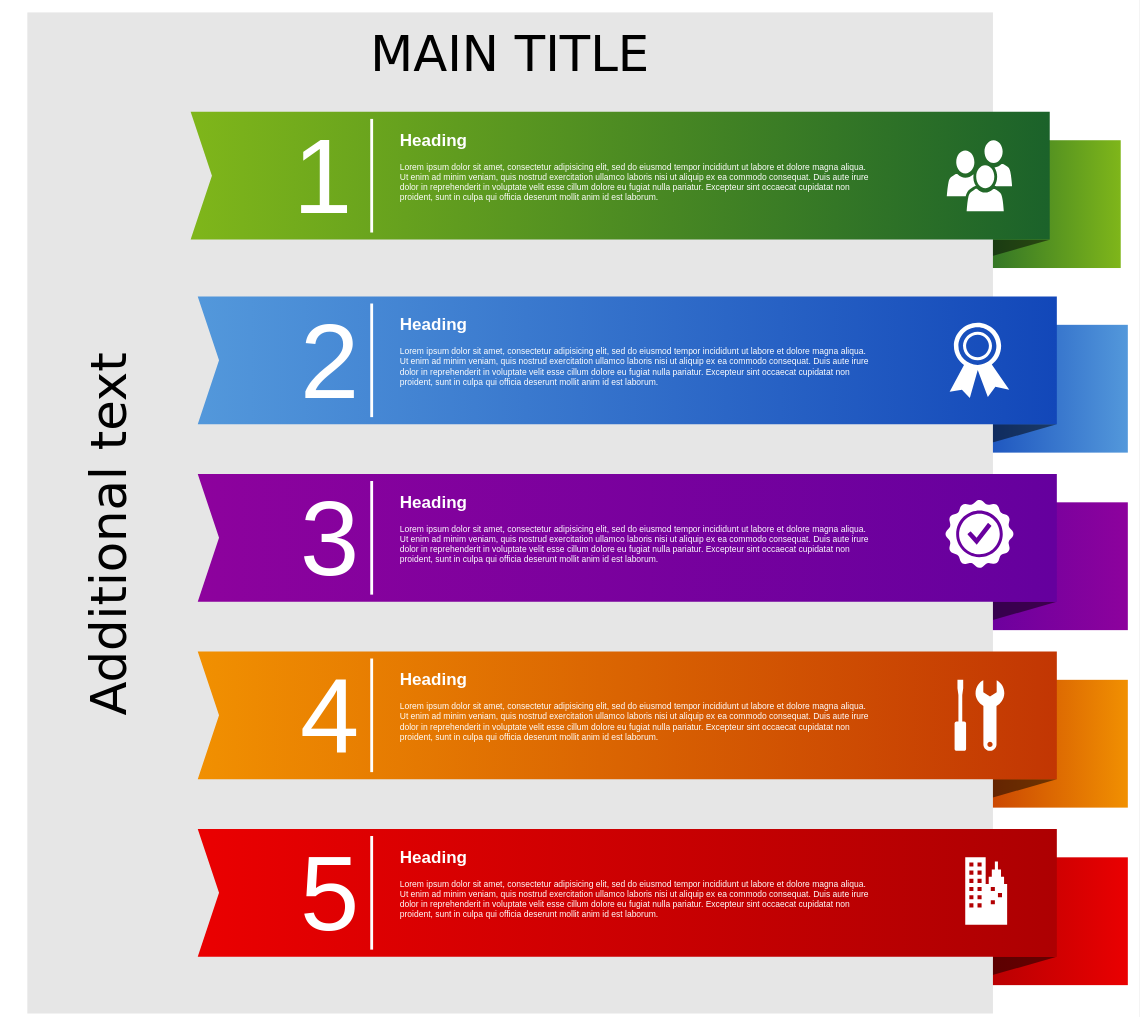
This is Untitled Diagram.drawio from zcf1810/OTrP, a draw.io file, before an edit. Source tidied: cells renumbered, new cells numbered last; positions are measured from the earlier drawing's top-left corner, leaving out a move shared by most shapes. Both pictures are drawn from the tidied source at 71%, with x=0, y=0 at pixel (27, 12).
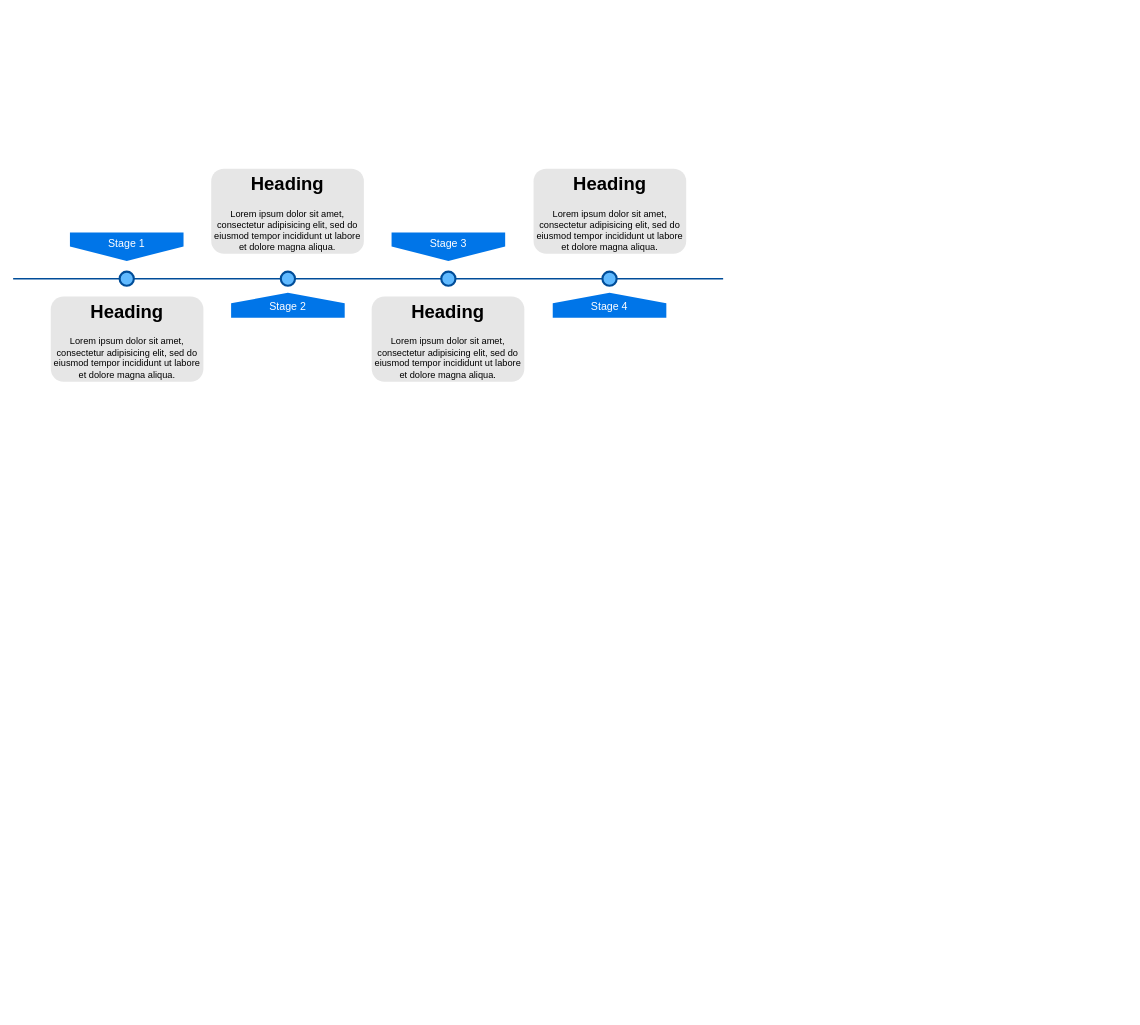
Above is the later version.

Change to the diagram source:
```diff
@@
-    <mxCell id="2" style="whiteSpace=wrap;html=1;rounded=0;shadow=0;dashed=0;strokeWidth=1;fontFamily=Tahoma;fontSize=10;fontColor=#FFFFFF;strokeColor=none;fillColor=#7FB61A;gradientColor=#1B622A;gradientDirection=west;" parent="1" vertex="1">
-      <mxGeometry x="1300" y="180" width="240" height="180" as="geometry" />
-    </mxCell>
-    <mxCell id="3" style="verticalLabelPosition=bottom;verticalAlign=top;html=1;strokeWidth=1;shape=mxgraph.basic.orthogonal_triangle;rounded=0;shadow=0;dashed=0;fontFamily=Tahoma;fontSize=10;fontColor=#FFFFFF;flipV=1;fillColor=#000000;strokeColor=none;opacity=50;" parent="1" vertex="1">
-      <mxGeometry x="1300" y="320" width="140" height="40" as="geometry" />
-    </mxCell>
-    <mxCell id="4" style="whiteSpace=wrap;html=1;rounded=0;shadow=0;dashed=0;strokeWidth=1;fontFamily=Tahoma;fontSize=10;fontColor=#FFFFFF;strokeColor=none;fillColor=#5398DB;gradientColor=#1247B9;gradientDirection=west;" parent="1" vertex="1">
-      <mxGeometry x="1310" y="440" width="240" height="180" as="geometry" />
-    </mxCell>
-    <mxCell id="5" style="verticalLabelPosition=bottom;verticalAlign=top;html=1;strokeWidth=1;shape=mxgraph.basic.orthogonal_triangle;rounded=0;shadow=0;dashed=0;fontFamily=Tahoma;fontSize=10;fontColor=#FFFFFF;flipV=1;fillColor=#000000;strokeColor=none;opacity=50;" parent="1" vertex="1">
-      <mxGeometry x="1310" y="580" width="140" height="40" as="geometry" />
-    </mxCell>
-    <mxCell id="6" style="whiteSpace=wrap;html=1;rounded=0;shadow=0;dashed=0;strokeWidth=1;fontFamily=Tahoma;fontSize=10;fontColor=#FFFFFF;strokeColor=none;fillColor=#8D029D;gradientColor=#65009E;gradientDirection=west;" parent="1" vertex="1">
-      <mxGeometry x="1310" y="690" width="240" height="180" as="geometry" />
-    </mxCell>
-    <mxCell id="7" style="verticalLabelPosition=bottom;verticalAlign=top;html=1;strokeWidth=1;shape=mxgraph.basic.orthogonal_triangle;rounded=0;shadow=0;dashed=0;fontFamily=Tahoma;fontSize=10;fontColor=#FFFFFF;flipV=1;fillColor=#000000;strokeColor=none;opacity=50;" parent="1" vertex="1">
-      <mxGeometry x="1310" y="830" width="140" height="40" as="geometry" />
-    </mxCell>
-    <mxCell id="8" style="whiteSpace=wrap;html=1;rounded=0;shadow=0;dashed=0;strokeWidth=1;fontFamily=Tahoma;fontSize=10;fontColor=#FFFFFF;strokeColor=none;fillColor=#F19001;gradientColor=#C23603;gradientDirection=west;" parent="1" vertex="1">
-      <mxGeometry x="1310" y="940" width="240" height="180" as="geometry" />
-    </mxCell>
-    <mxCell id="9" style="verticalLabelPosition=bottom;verticalAlign=top;html=1;strokeWidth=1;shape=mxgraph.basic.orthogonal_triangle;rounded=0;shadow=0;dashed=0;fontFamily=Tahoma;fontSize=10;fontColor=#FFFFFF;flipV=1;fillColor=#000000;strokeColor=none;opacity=50;" parent="1" vertex="1">
-      <mxGeometry x="1310" y="1080" width="140" height="40" as="geometry" />
-    </mxCell>
-    <mxCell id="10" style="whiteSpace=wrap;html=1;rounded=0;shadow=0;dashed=0;strokeWidth=1;fontFamily=Tahoma;fontSize=10;fontColor=#FFFFFF;strokeColor=none;fillColor=#EA0001;gradientColor=#AD0002;gradientDirection=west;" parent="1" vertex="1">
-      <mxGeometry x="1310" y="1190" width="240" height="180" as="geometry" />
-    </mxCell>
-    <mxCell id="11" style="verticalLabelPosition=bottom;verticalAlign=top;html=1;strokeWidth=1;shape=mxgraph.basic.orthogonal_triangle;rounded=0;shadow=0;dashed=0;fontFamily=Tahoma;fontSize=10;fontColor=#FFFFFF;flipV=1;fillColor=#000000;strokeColor=none;opacity=50;" parent="1" vertex="1">
-      <mxGeometry x="1310" y="1330" width="140" height="40" as="geometry" />
-    </mxCell>
-    <mxCell id="12" value="MAIN TITLE" style="whiteSpace=wrap;html=1;rounded=0;shadow=0;dashed=0;strokeWidth=1;fillColor=#E6E6E6;fontFamily=Verdana;fontSize=70;strokeColor=none;verticalAlign=top;spacingTop=10;" parent="1" vertex="1">
-      <mxGeometry width="1360" height="1410" as="geometry" />
-    </mxCell>
-    <mxCell id="13" style="html=1;shadow=0;dashed=0;align=center;verticalAlign=middle;shape=mxgraph.arrows2.arrow;dy=0;dx=0;notch=30;rounded=0;strokeColor=none;strokeWidth=1;fillColor=#7FB61A;fontFamily=Tahoma;fontSize=10;fontColor=#FFFFFF;gradientColor=#1B622A;gradientDirection=east;" parent="1" vertex="1">
-      <mxGeometry x="230" y="140" width="1210" height="180" as="geometry" />
-    </mxCell>
-    <mxCell id="14" style="html=1;shadow=0;dashed=0;align=center;verticalAlign=middle;shape=mxgraph.arrows2.arrow;dy=0;dx=0;notch=30;rounded=0;strokeColor=none;strokeWidth=1;fillColor=#5398DB;fontFamily=Tahoma;fontSize=10;fontColor=#FFFFFF;gradientColor=#1247B9;gradientDirection=east;" parent="1" vertex="1">
-      <mxGeometry x="240" y="400" width="1210" height="180" as="geometry" />
-    </mxCell>
-    <mxCell id="15" style="html=1;shadow=0;dashed=0;align=center;verticalAlign=middle;shape=mxgraph.arrows2.arrow;dy=0;dx=0;notch=30;rounded=0;strokeColor=none;strokeWidth=1;fillColor=#8D029D;fontFamily=Tahoma;fontSize=10;fontColor=#FFFFFF;gradientColor=#65009E;gradientDirection=east;" parent="1" vertex="1">
-      <mxGeometry x="240" y="650" width="1210" height="180" as="geometry" />
-    </mxCell>
-    <mxCell id="16" style="html=1;shadow=0;dashed=0;align=center;verticalAlign=middle;shape=mxgraph.arrows2.arrow;dy=0;dx=0;notch=30;rounded=0;strokeColor=none;strokeWidth=1;fillColor=#F19001;fontFamily=Tahoma;fontSize=10;fontColor=#FFFFFF;gradientColor=#C23603;gradientDirection=east;" parent="1" vertex="1">
-      <mxGeometry x="240" y="900" width="1210" height="180" as="geometry" />
-    </mxCell>
-    <mxCell id="17" style="html=1;shadow=0;dashed=0;align=center;verticalAlign=middle;shape=mxgraph.arrows2.arrow;dy=0;dx=0;notch=30;rounded=0;strokeColor=none;strokeWidth=1;fillColor=#EA0001;fontFamily=Tahoma;fontSize=10;fontColor=#FFFFFF;gradientColor=#AD0002;gradientDirection=east;" parent="1" vertex="1">
-      <mxGeometry x="240" y="1150" width="1210" height="180" as="geometry" />
-    </mxCell>
-    <mxCell id="18" value="Additional text" style="text;html=1;strokeColor=none;fillColor=none;align=center;verticalAlign=middle;whiteSpace=wrap;rounded=0;shadow=0;dashed=0;fontFamily=Verdana;fontSize=70;horizontal=0;" parent="1" vertex="1">
-      <mxGeometry x="50" y="140" width="130" height="1190" as="geometry" />
-    </mxCell>
-    <mxCell id="19" value="1" style="text;html=1;strokeColor=none;fillColor=none;align=right;verticalAlign=middle;whiteSpace=wrap;rounded=0;shadow=0;dashed=0;fontFamily=Helvetica;fontSize=150;fontColor=#FFFFFF;" parent="1" vertex="1">
-      <mxGeometry x="260" y="140" width="200" height="180" as="geometry" />
-    </mxCell>
-    <mxCell id="20" value="2" style="text;html=1;strokeColor=none;fillColor=none;align=right;verticalAlign=middle;whiteSpace=wrap;rounded=0;shadow=0;dashed=0;fontFamily=Helvetica;fontSize=150;fontColor=#FFFFFF;" parent="1" vertex="1">
-      <mxGeometry x="270" y="400" width="200" height="180" as="geometry" />
-    </mxCell>
-    <mxCell id="21" value="3" style="text;html=1;strokeColor=none;fillColor=none;align=right;verticalAlign=middle;whiteSpace=wrap;rounded=0;shadow=0;dashed=0;fontFamily=Helvetica;fontSize=150;fontColor=#FFFFFF;" parent="1" vertex="1">
-      <mxGeometry x="270" y="650" width="200" height="180" as="geometry" />
-    </mxCell>
-    <mxCell id="22" value="4" style="text;html=1;strokeColor=none;fillColor=none;align=right;verticalAlign=middle;whiteSpace=wrap;rounded=0;shadow=0;dashed=0;fontFamily=Helvetica;fontSize=150;fontColor=#FFFFFF;" parent="1" vertex="1">
-      <mxGeometry x="270" y="900" width="200" height="180" as="geometry" />
-    </mxCell>
-    <mxCell id="23" value="5" style="text;html=1;strokeColor=none;fillColor=none;align=right;verticalAlign=middle;whiteSpace=wrap;rounded=0;shadow=0;dashed=0;fontFamily=Helvetica;fontSize=150;fontColor=#FFFFFF;" parent="1" vertex="1">
-      <mxGeometry x="270" y="1150" width="200" height="180" as="geometry" />
-    </mxCell>
-    <mxCell id="24" style="line;strokeWidth=4;direction=south;html=1;rounded=0;shadow=0;dashed=0;fillColor=none;gradientColor=#AD0002;fontFamily=Helvetica;fontSize=150;fontColor=#FFFFFF;align=right;strokeColor=#FFFFFF;" parent="1" vertex="1">
-      <mxGeometry x="480" y="150" width="10" height="160" as="geometry" />
-    </mxCell>
-    <mxCell id="25" style="line;strokeWidth=4;direction=south;html=1;rounded=0;shadow=0;dashed=0;fillColor=none;gradientColor=#AD0002;fontFamily=Helvetica;fontSize=150;fontColor=#FFFFFF;align=right;strokeColor=#FFFFFF;" parent="1" vertex="1">
-      <mxGeometry x="480" y="410" width="10" height="160" as="geometry" />
-    </mxCell>
-    <mxCell id="26" style="line;strokeWidth=4;direction=south;html=1;rounded=0;shadow=0;dashed=0;fillColor=none;gradientColor=#AD0002;fontFamily=Helvetica;fontSize=150;fontColor=#FFFFFF;align=right;strokeColor=#FFFFFF;" parent="1" vertex="1">
-      <mxGeometry x="480" y="660" width="10" height="160" as="geometry" />
-    </mxCell>
-    <mxCell id="27" style="line;strokeWidth=4;direction=south;html=1;rounded=0;shadow=0;dashed=0;fillColor=none;gradientColor=#AD0002;fontFamily=Helvetica;fontSize=150;fontColor=#FFFFFF;align=right;strokeColor=#FFFFFF;" parent="1" vertex="1">
-      <mxGeometry x="480" y="910" width="10" height="160" as="geometry" />
-    </mxCell>
-    <mxCell id="28" style="line;strokeWidth=4;direction=south;html=1;rounded=0;shadow=0;dashed=0;fillColor=none;gradientColor=#AD0002;fontFamily=Helvetica;fontSize=150;fontColor=#FFFFFF;align=right;strokeColor=#FFFFFF;" parent="1" vertex="1">
-      <mxGeometry x="480" y="1160" width="10" height="160" as="geometry" />
-    </mxCell>
-    <mxCell id="29" value="&lt;h1&gt;Heading&lt;/h1&gt;&lt;p&gt;L&lt;span&gt;orem ipsum dolor sit amet, consectetur adipisicing elit, sed do eiusmod tempor incididunt ut labore et dolore magna aliqua. Ut enim ad minim veniam, quis nostrud exercitation ullamco laboris nisi ut aliquip ex ea commodo consequat. Duis aute irure dolor in reprehenderit in voluptate velit esse cillum dolore eu fugiat nulla pariatur. Excepteur sint occaecat cupidatat non proident, sunt in culpa qui officia deserunt mollit anim id est laborum.&lt;/span&gt;&lt;/p&gt;" style="text;html=1;strokeColor=none;fillColor=none;spacing=5;spacingTop=-20;whiteSpace=wrap;overflow=hidden;rounded=0;shadow=0;dashed=0;fontFamily=Helvetica;fontSize=12;fontColor=#FFFFFF;align=left;" parent="1" vertex="1">
-      <mxGeometry x="520" y="160" width="670" height="140" as="geometry" />
-    </mxCell>
-    <mxCell id="30" value="&lt;h1&gt;Heading&lt;/h1&gt;&lt;p&gt;L&lt;span&gt;orem ipsum dolor sit amet, consectetur adipisicing elit, sed do eiusmod tempor incididunt ut labore et dolore magna aliqua. Ut enim ad minim veniam, quis nostrud exercitation ullamco laboris nisi ut aliquip ex ea commodo consequat. Duis aute irure dolor in reprehenderit in voluptate velit esse cillum dolore eu fugiat nulla pariatur. Excepteur sint occaecat cupidatat non proident, sunt in culpa qui officia deserunt mollit anim id est laborum.&lt;/span&gt;&lt;/p&gt;" style="text;html=1;strokeColor=none;fillColor=none;spacing=5;spacingTop=-20;whiteSpace=wrap;overflow=hidden;rounded=0;shadow=0;dashed=0;fontFamily=Helvetica;fontSize=12;fontColor=#FFFFFF;align=left;" parent="1" vertex="1">
-      <mxGeometry x="520" y="420" width="670" height="140" as="geometry" />
-    </mxCell>
-    <mxCell id="31" value="&lt;h1&gt;Heading&lt;/h1&gt;&lt;p&gt;L&lt;span&gt;orem ipsum dolor sit amet, consectetur adipisicing elit, sed do eiusmod tempor incididunt ut labore et dolore magna aliqua. Ut enim ad minim veniam, quis nostrud exercitation ullamco laboris nisi ut aliquip ex ea commodo consequat. Duis aute irure dolor in reprehenderit in voluptate velit esse cillum dolore eu fugiat nulla pariatur. Excepteur sint occaecat cupidatat non proident, sunt in culpa qui officia deserunt mollit anim id est laborum.&lt;/span&gt;&lt;/p&gt;" style="text;html=1;strokeColor=none;fillColor=none;spacing=5;spacingTop=-20;whiteSpace=wrap;overflow=hidden;rounded=0;shadow=0;dashed=0;fontFamily=Helvetica;fontSize=12;fontColor=#FFFFFF;align=left;" parent="1" vertex="1">
-      <mxGeometry x="520" y="670" width="670" height="140" as="geometry" />
-    </mxCell>
-    <mxCell id="32" value="&lt;h1&gt;Heading&lt;/h1&gt;&lt;p&gt;L&lt;span&gt;orem ipsum dolor sit amet, consectetur adipisicing elit, sed do eiusmod tempor incididunt ut labore et dolore magna aliqua. Ut enim ad minim veniam, quis nostrud exercitation ullamco laboris nisi ut aliquip ex ea commodo consequat. Duis aute irure dolor in reprehenderit in voluptate velit esse cillum dolore eu fugiat nulla pariatur. Excepteur sint occaecat cupidatat non proident, sunt in culpa qui officia deserunt mollit anim id est laborum.&lt;/span&gt;&lt;/p&gt;" style="text;html=1;strokeColor=none;fillColor=none;spacing=5;spacingTop=-20;whiteSpace=wrap;overflow=hidden;rounded=0;shadow=0;dashed=0;fontFamily=Helvetica;fontSize=12;fontColor=#FFFFFF;align=left;" parent="1" vertex="1">
-      <mxGeometry x="520" y="920" width="670" height="140" as="geometry" />
-    </mxCell>
-    <mxCell id="33" value="&lt;h1&gt;Heading&lt;/h1&gt;&lt;p&gt;L&lt;span&gt;orem ipsum dolor sit amet, consectetur adipisicing elit, sed do eiusmod tempor incididunt ut labore et dolore magna aliqua. Ut enim ad minim veniam, quis nostrud exercitation ullamco laboris nisi ut aliquip ex ea commodo consequat. Duis aute irure dolor in reprehenderit in voluptate velit esse cillum dolore eu fugiat nulla pariatur. Excepteur sint occaecat cupidatat non proident, sunt in culpa qui officia deserunt mollit anim id est laborum.&lt;/span&gt;&lt;/p&gt;" style="text;html=1;strokeColor=none;fillColor=none;spacing=5;spacingTop=-20;whiteSpace=wrap;overflow=hidden;rounded=0;shadow=0;dashed=0;fontFamily=Helvetica;fontSize=12;fontColor=#FFFFFF;align=left;" parent="1" vertex="1">
-      <mxGeometry x="520" y="1170" width="670" height="140" as="geometry" />
-    </mxCell>
-    <mxCell id="34" style="shadow=0;dashed=0;html=1;strokeColor=none;fillColor=#FFFFFF;labelPosition=center;verticalLabelPosition=bottom;verticalAlign=top;shape=mxgraph.office.users.users;rounded=0;fontFamily=Helvetica;fontSize=12;fontColor=#FFFFFF;align=left;" parent="1" vertex="1">
-      <mxGeometry x="1295" y="180" width="92" height="100" as="geometry" />
-    </mxCell>
-    <mxCell id="35" style="shadow=0;dashed=0;html=1;strokeColor=none;fillColor=#FFFFFF;labelPosition=center;verticalLabelPosition=bottom;verticalAlign=top;shape=mxgraph.office.security.token;rounded=0;fontFamily=Helvetica;fontSize=12;fontColor=#FFFFFF;align=left;" parent="1" vertex="1">
-      <mxGeometry x="1299" y="437" width="84" height="106" as="geometry" />
-    </mxCell>
-    <mxCell id="36" style="shadow=0;dashed=0;html=1;strokeColor=none;fillColor=#FFFFFF;labelPosition=center;verticalLabelPosition=bottom;verticalAlign=top;shape=mxgraph.office.concepts.best_practices;rounded=0;fontFamily=Helvetica;fontSize=12;fontColor=#FFFFFF;align=left;" parent="1" vertex="1">
-      <mxGeometry x="1292.5" y="686" width="97" height="97" as="geometry" />
-    </mxCell>
-    <mxCell id="37" style="shadow=0;dashed=0;html=1;strokeColor=none;fillColor=#FFFFFF;labelPosition=center;verticalLabelPosition=bottom;verticalAlign=top;shape=mxgraph.office.concepts.maintenance;rounded=0;fontFamily=Helvetica;fontSize=12;fontColor=#FFFFFF;align=left;" parent="1" vertex="1">
-      <mxGeometry x="1306" y="940" width="70" height="100" as="geometry" />
-    </mxCell>
-    <mxCell id="38" style="shadow=0;dashed=0;html=1;strokeColor=none;fillColor=#FFFFFF;labelPosition=center;verticalLabelPosition=bottom;verticalAlign=top;shape=mxgraph.office.concepts.on_premises;rounded=0;fontFamily=Helvetica;fontSize=12;fontColor=#FFFFFF;align=left;" parent="1" vertex="1">
-      <mxGeometry x="1321" y="1190" width="59" height="95" as="geometry" />
-    </mxCell>
+    <mxCell id="39" style="line;strokeWidth=2;html=1;fillColor=none;fontSize=28;fontColor=#004D99;strokeColor=#004D99;" parent="1" vertex="1">
+      <mxGeometry x="-20" y="370" width="1000" height="10" as="geometry" />
+    </mxCell>
+    <mxCell id="40" value="Stage 1" style="shape=offPageConnector;whiteSpace=wrap;html=1;fillColor=#0075E8;fontSize=15;fontColor=#FFFFFF;size=0.5093750000000015;verticalAlign=top;strokeColor=none;" parent="1" vertex="1">
+      <mxGeometry x="60" y="310" width="160" height="40" as="geometry" />
+    </mxCell>
+    <mxCell id="41" value="&lt;span&gt;Stage 3&lt;/span&gt;" style="shape=offPageConnector;whiteSpace=wrap;html=1;fillColor=#0075E8;fontSize=15;fontColor=#FFFFFF;size=0.5093750000000015;verticalAlign=top;strokeColor=none;" parent="1" vertex="1">
+      <mxGeometry x="513" y="310" width="160" height="40" as="geometry" />
+    </mxCell>
+    <mxCell id="42" value="&lt;span&gt;Stage 2&lt;/span&gt;" style="shape=offPageConnector;whiteSpace=wrap;html=1;fillColor=#0075E8;fontSize=15;fontColor=#FFFFFF;size=0.4178571428571445;flipV=1;verticalAlign=bottom;strokeColor=none;spacingBottom=4;" parent="1" vertex="1">
+      <mxGeometry x="287" y="395" width="160" height="35" as="geometry" />
+    </mxCell>
+    <mxCell id="43" value="&lt;span&gt;Stage 4&lt;/span&gt;" style="shape=offPageConnector;whiteSpace=wrap;html=1;fillColor=#0075E8;fontSize=15;fontColor=#FFFFFF;size=0.4178571428571445;flipV=1;verticalAlign=bottom;strokeColor=none;spacingBottom=4;" parent="1" vertex="1">
+      <mxGeometry x="740" y="395" width="160" height="35" as="geometry" />
+    </mxCell>
+    <mxCell id="44" style="ellipse;whiteSpace=wrap;html=1;fillColor=#61BAFF;fontSize=28;fontColor=#004D99;strokeWidth=3;strokeColor=#004D99;" parent="1" vertex="1">
+      <mxGeometry x="130" y="365" width="20" height="20" as="geometry" />
+    </mxCell>
+    <mxCell id="45" style="ellipse;whiteSpace=wrap;html=1;fillColor=#61BAFF;fontSize=28;fontColor=#004D99;strokeWidth=3;strokeColor=#004D99;" parent="1" vertex="1">
+      <mxGeometry x="357" y="365" width="20" height="20" as="geometry" />
+    </mxCell>
+    <mxCell id="46" style="ellipse;whiteSpace=wrap;html=1;fillColor=#61BAFF;fontSize=28;fontColor=#004D99;strokeWidth=3;strokeColor=#004D99;" parent="1" vertex="1">
+      <mxGeometry x="583" y="365" width="20" height="20" as="geometry" />
+    </mxCell>
+    <mxCell id="47" style="ellipse;whiteSpace=wrap;html=1;fillColor=#61BAFF;fontSize=28;fontColor=#004D99;strokeWidth=3;strokeColor=#004D99;" parent="1" vertex="1">
+      <mxGeometry x="810" y="365" width="20" height="20" as="geometry" />
+    </mxCell>
+    <mxCell id="48" value="&lt;h1&gt;Heading&lt;/h1&gt;&lt;p&gt;Lorem ipsum dolor sit amet, consectetur adipisicing elit, sed do eiusmod tempor incididunt ut labore et dolore magna aliqua.&lt;/p&gt;" style="text;html=1;spacing=5;spacingTop=-20;whiteSpace=wrap;overflow=hidden;strokeColor=none;strokeWidth=3;fillColor=#E6E6E6;fontSize=13;fontColor=#000000;align=center;rounded=1;" parent="1" vertex="1">
+      <mxGeometry x="33" y="400" width="215" height="120" as="geometry" />
+    </mxCell>
+    <mxCell id="49" value="&lt;h1&gt;Heading&lt;/h1&gt;&lt;p&gt;Lorem ipsum dolor sit amet, consectetur adipisicing elit, sed do eiusmod tempor incididunt ut labore et dolore magna aliqua.&lt;/p&gt;" style="text;html=1;spacing=5;spacingTop=-20;whiteSpace=wrap;overflow=hidden;strokeColor=none;strokeWidth=3;fillColor=#E6E6E6;fontSize=13;fontColor=#000000;align=center;rounded=1;" parent="1" vertex="1">
+      <mxGeometry x="259" y="220" width="215" height="120" as="geometry" />
+    </mxCell>
+    <mxCell id="50" value="&lt;h1&gt;Heading&lt;/h1&gt;&lt;p&gt;Lorem ipsum dolor sit amet, consectetur adipisicing elit, sed do eiusmod tempor incididunt ut labore et dolore magna aliqua.&lt;/p&gt;" style="text;html=1;spacing=5;spacingTop=-20;whiteSpace=wrap;overflow=hidden;strokeColor=none;strokeWidth=3;fillColor=#E6E6E6;fontSize=13;fontColor=#000000;align=center;rounded=1;" parent="1" vertex="1">
+      <mxGeometry x="485" y="400" width="215" height="120" as="geometry" />
+    </mxCell>
+    <mxCell id="51" value="&lt;h1&gt;Heading&lt;/h1&gt;&lt;p&gt;Lorem ipsum dolor sit amet, consectetur adipisicing elit, sed do eiusmod tempor incididunt ut labore et dolore magna aliqua.&lt;/p&gt;" style="text;html=1;spacing=5;spacingTop=-20;whiteSpace=wrap;overflow=hidden;strokeColor=none;strokeWidth=3;fillColor=#E6E6E6;fontSize=13;fontColor=#000000;align=center;rounded=1;" parent="1" vertex="1">
+      <mxGeometry x="713" y="220" width="215" height="120" as="geometry" />
+    </mxCell>
```
